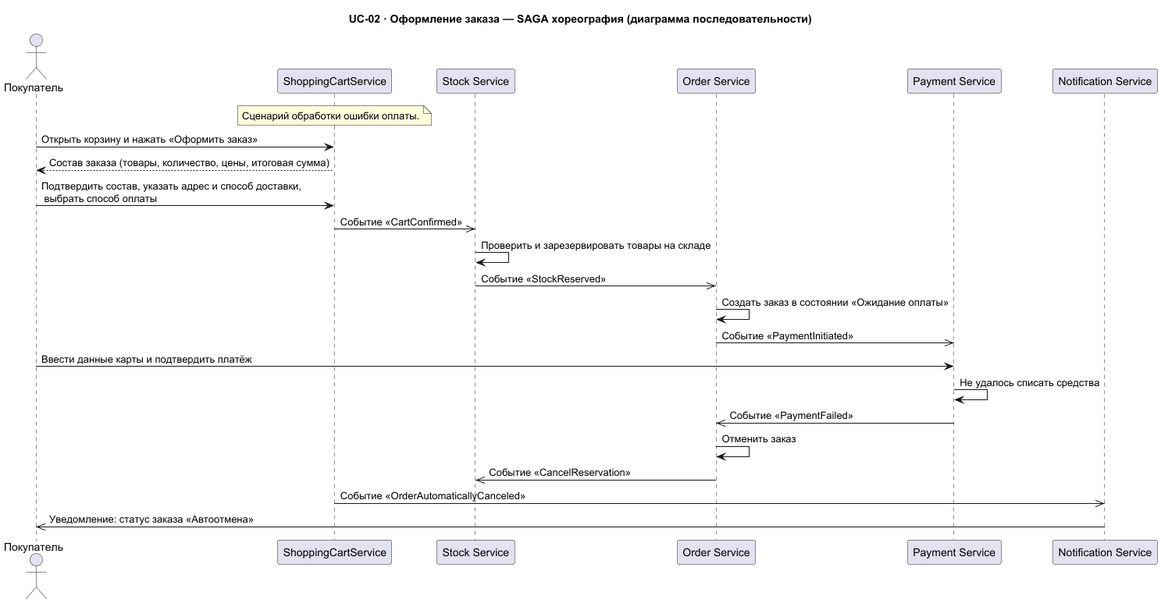
Babikoff/MSA-3-NovaMarket keeps this PlantUML diagram as Task1/seq-order-placement-choreography-payment-failed.png. Above is the earlier version.
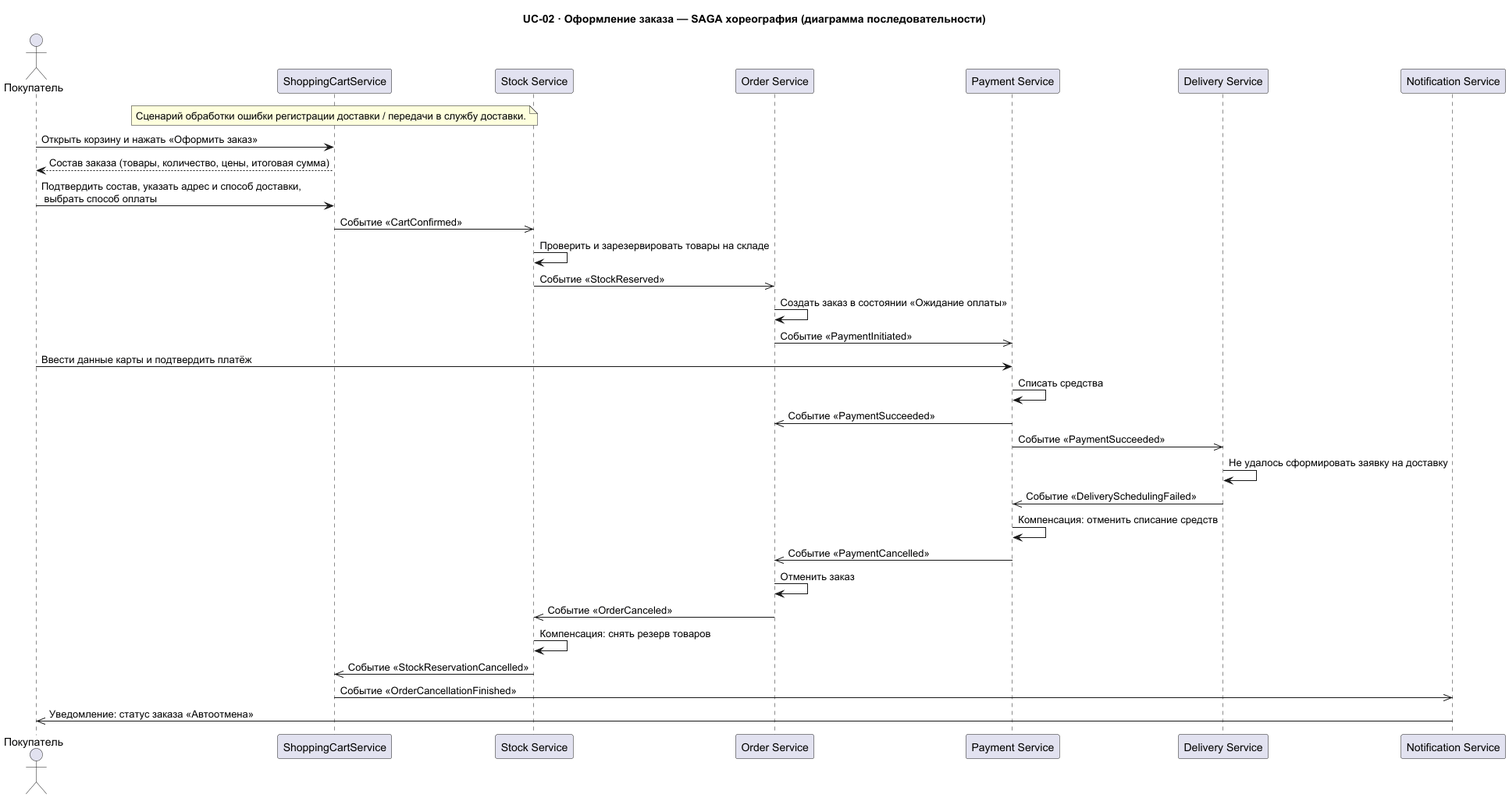
After the commit.

Change to the diagram source:
```diff
@@ -1,13 +1,14 @@
 @startuml
 title UC-02 · Оформление заказа — SAGA хореография (диаграмма последовательности)
 
-note over ShoppingCartService : Сценарий обработки ошибки оплаты.
+note over ShoppingCartService : Сценарий обработки ошибки регистрации доставки / передачи в службу доставки.
 
 actor "Покупатель" as buyer
 participant "Shopping Cart Service" as ShoppingCartService
 participant "Stock Service" as StockService
 participant "Order Service" as OrderService
 participant "Payment Service" as PaymentService
+participant "Delivery Service" as DeliveryService
 participant "Notification Service" as NotificationService
 
 buyer -> ShoppingCartService : Открыть корзину и нажать «Оформить заказ»
@@ -24,13 +25,21 @@
 OrderService ->> PaymentService : Событие «PaymentInitiated»
 
 buyer -> PaymentService : Ввести данные карты и подтвердить платёж
-PaymentService -> PaymentService : Не удалось списать средства
+PaymentService -> PaymentService : Списать средства
 
-PaymentService ->> OrderService : Событие «PaymentFailed»
+PaymentService ->> OrderService : Событие «PaymentSucceeded»
+PaymentService ->> DeliveryService : Событие «PaymentSucceeded»
+
+DeliveryService -> DeliveryService : Не удалось сформировать заявку на доставку
+DeliveryService ->> PaymentService : Событие «DeliverySchedulingFailed»
+PaymentService -> PaymentService : Компенсация: отменить списание средств
+PaymentService ->> OrderService : Событие «PaymentCancelled»
 OrderService -> OrderService : Отменить заказ
-OrderService ->> StockService : Событие «CancelReservation»
+OrderService ->> StockService : Событие «OrderCanceled»
+StockService -> StockService : Компенсация: снять резерв товаров
+StockService ->> ShoppingCartService : Событие «StockReservationCancelled»
 
-ShoppingCartService ->> NotificationService : Событие «OrderAutomaticallyCanceled»
+ShoppingCartService ->> NotificationService : Событие «OrderCancellationFinished»
 NotificationService ->> buyer : Уведомление: статус заказа «Автоотмена»
 
 @enduml
```
